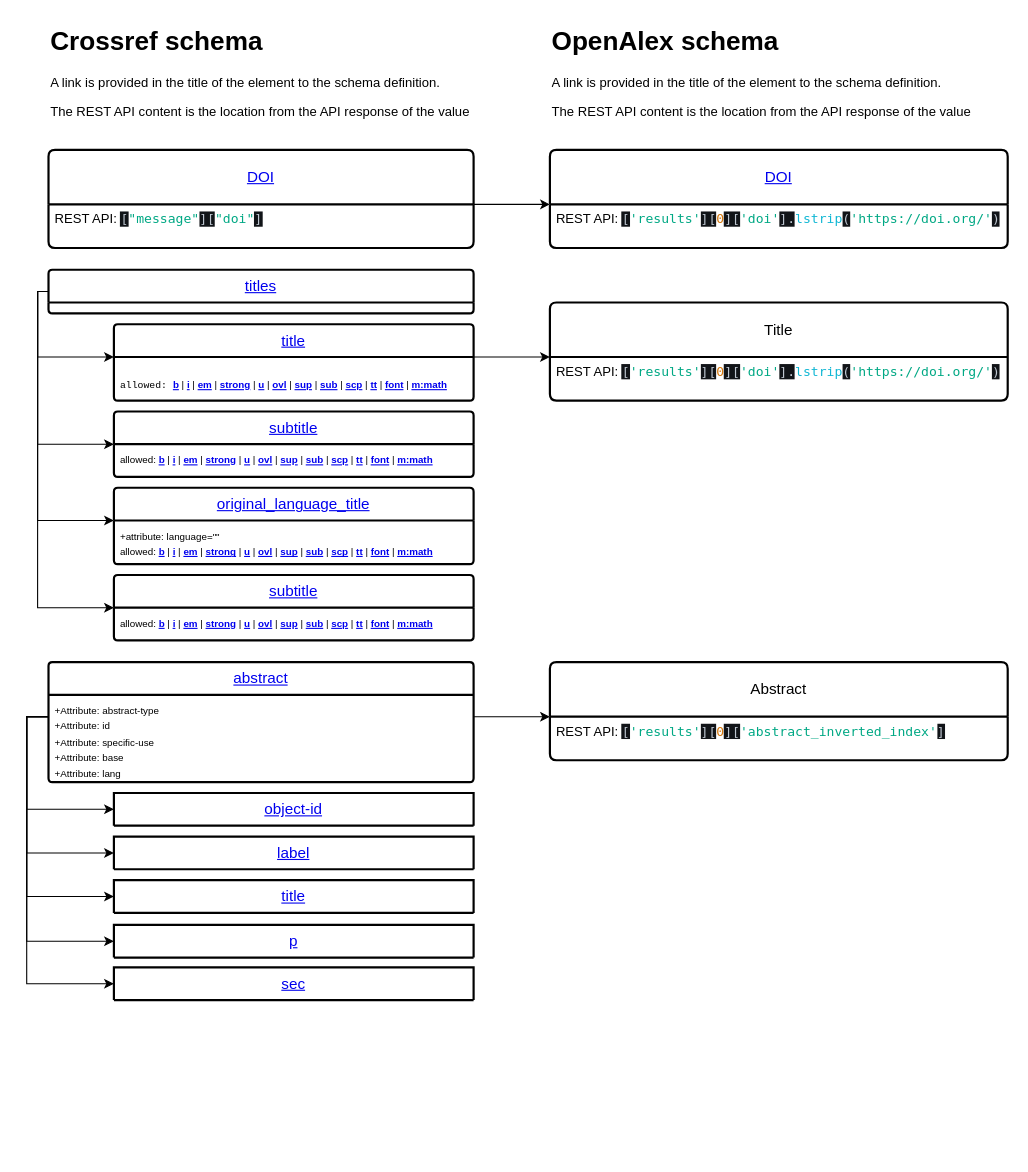
Above: diagrams/Part_2_crosswalk.drawio in poppy-nicolette/Dissertation (draw.io), before the change. Source tidied: cells renumbered, new cells numbered last; positions are measured from the earlier drawing's top-left corner, leaving out a move shared by most shapes. Both pictures are drawn from the tidied source at 109%, with x=0, y=0 at pixel (26, 19).
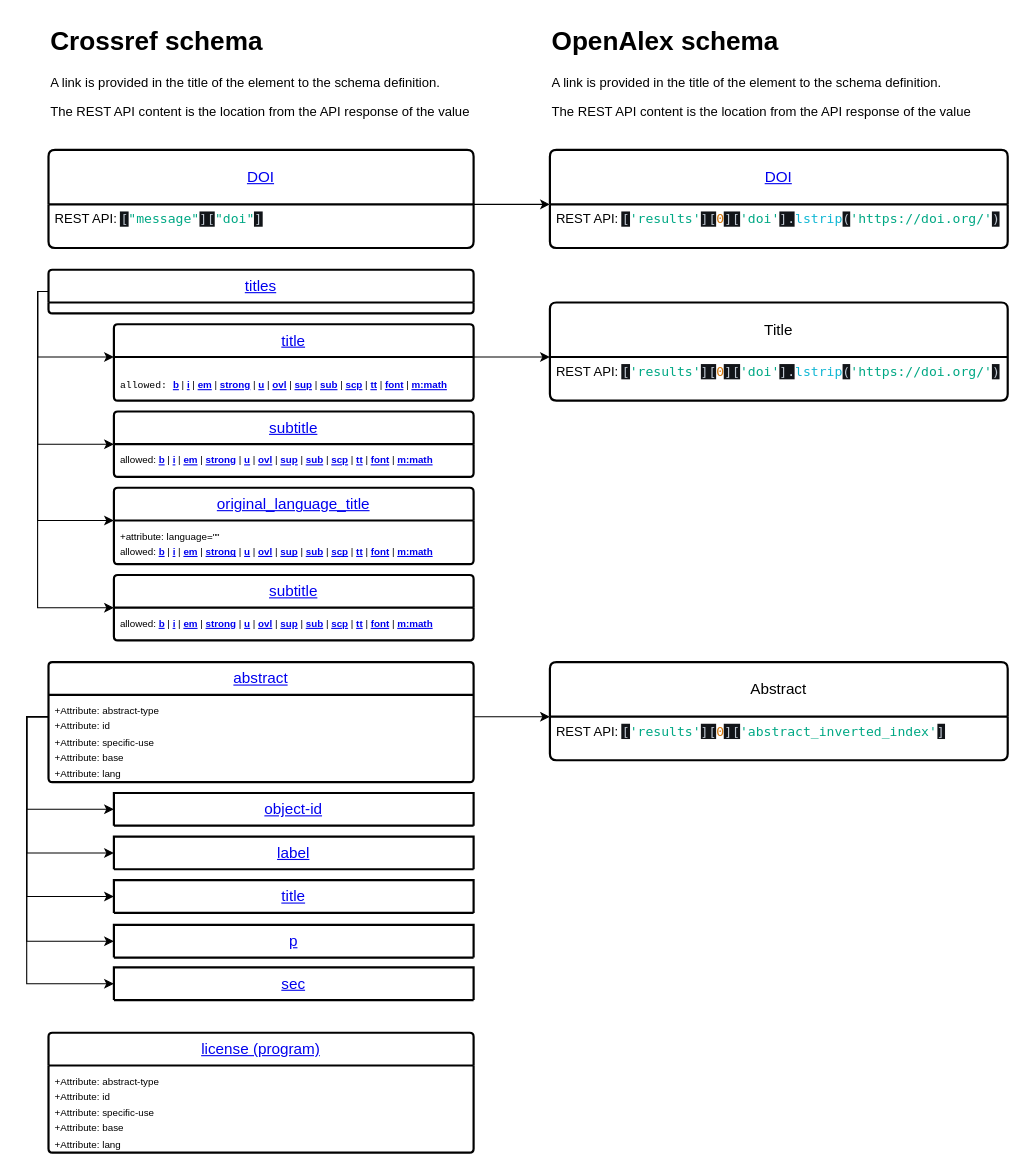
After the change.

Diff of the diagram source:
```diff
@@
+    <mxCell id="45" value="&lt;a href=&quot;https://data.crossref.org/reports/help/schema_doc/5.4.0/AccessIndicators_xsd.html#http___www.crossref.org_AccessIndicators.xsd_program&quot;&gt;license (program)&lt;/a&gt;" style="swimlane;horizontal=1;startSize=30;rounded=1;fontSize=14;fontStyle=0;strokeWidth=2;shadow=0;dashed=0;align=center;arcSize=4;whiteSpace=wrap;html=1;" parent="1" vertex="1">
+      <mxGeometry x="20" y="930" width="390" height="110" as="geometry" />
+    </mxCell>
+    <mxCell id="46" value="&lt;font style=&quot;font-size: 9px;&quot;&gt;+Attribute: abstract-type&lt;br&gt;+Attribute: id&lt;br&gt;+Attribute: specific-use&lt;/font&gt;&lt;div&gt;&lt;font style=&quot;font-size: 9px;&quot;&gt;+Attribute: base&lt;/font&gt;&lt;/div&gt;&lt;div&gt;&lt;font style=&quot;font-size: 9px;&quot;&gt;+Attribute: lang&lt;/font&gt;&lt;/div&gt;" style="align=left;strokeColor=none;fillColor=none;spacingLeft=4;fontSize=12;verticalAlign=top;html=1;" parent="45" vertex="1">
+      <mxGeometry y="30" width="390" height="80" as="geometry" />
+    </mxCell>
```
